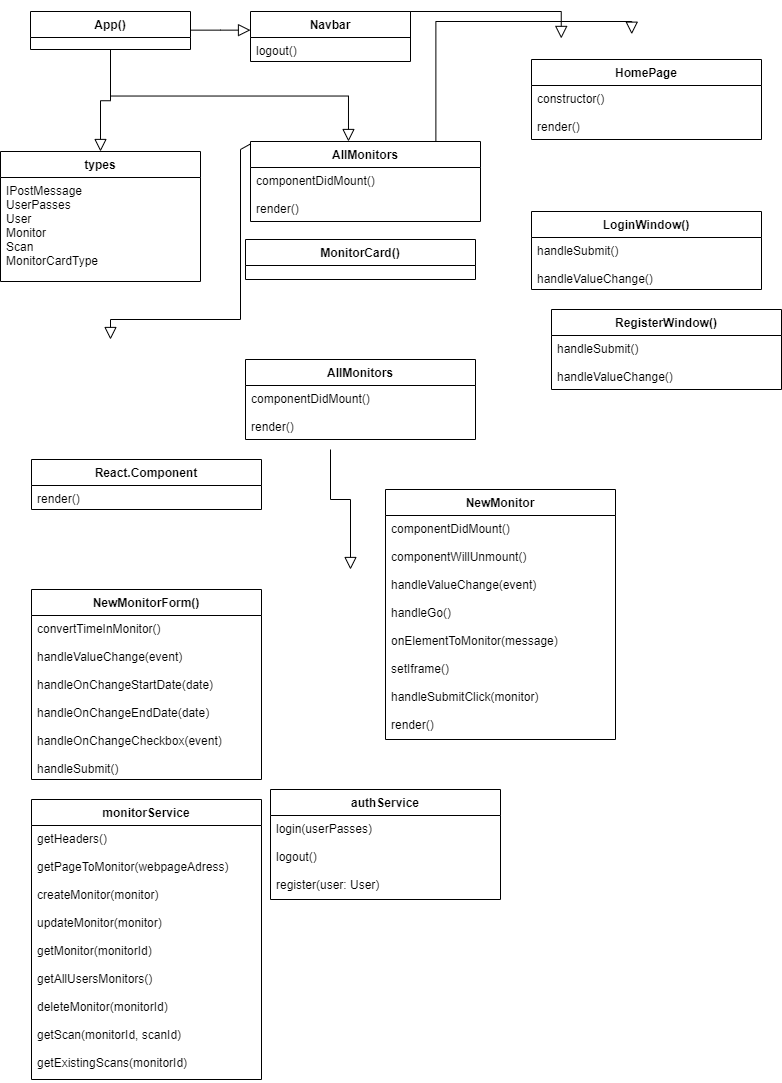
The draw.io diagram pdf/class-uml-front.png in JanKulbinski/WebsiteMonitor, before a commit. Source tidied: cells renumbered, new cells last; positions are measured from the earlier drawing's top-left corner, leaving out a move shared by most shapes.
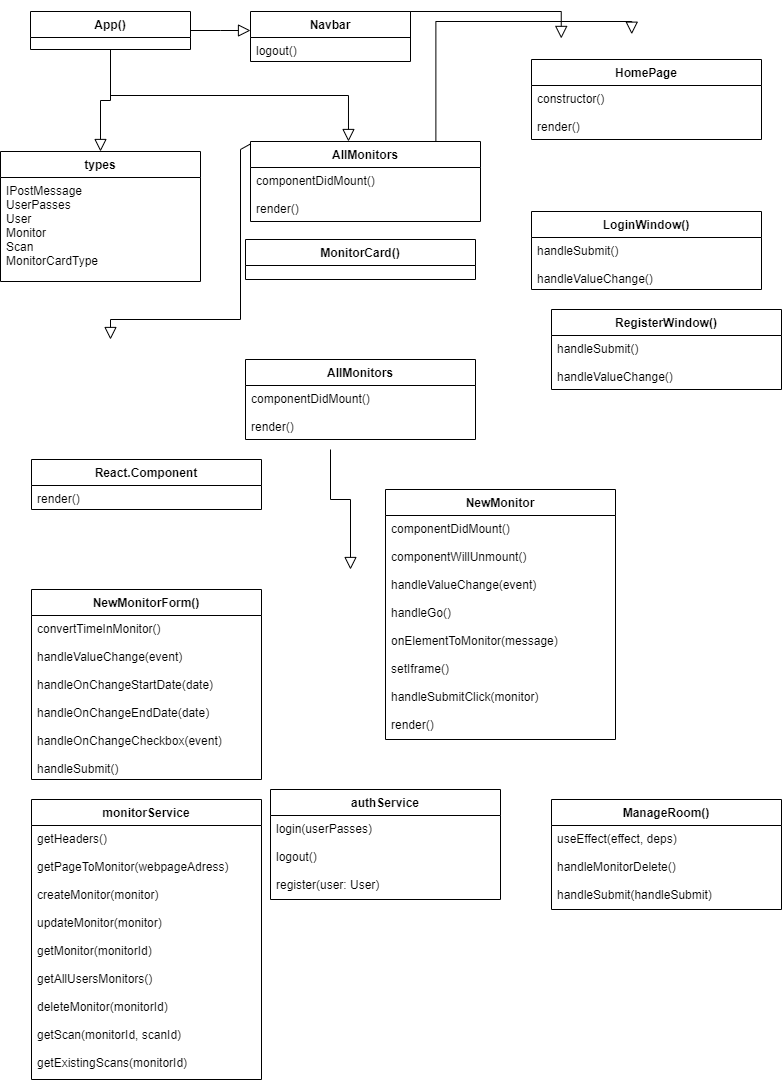
After the change.

Diff of the diagram source:
```diff
@@ -130,5 +130,11 @@
     <mxCell id="35" value="getHeaders()&#10;&#10;getPageToMonitor(webpageAdress)&#10;&#10;createMonitor(monitor)&#10;&#10;updateMonitor(monitor)&#10;&#10;getMonitor(monitorId)&#10;&#10;getAllUsersMonitors()&#10;&#10;deleteMonitor(monitorId)&#10;&#10;getScan(monitorId, scanId)&#10;&#10;getExistingScans(monitorId)" style="text;align=left;verticalAlign=top;spacingLeft=4;spacingRight=4;overflow=hidden;" parent="34" vertex="1">
       <mxGeometry y="26" width="230" height="254" as="geometry" />
     </mxCell>
+    <mxCell id="36" value="ManageRoom()" style="swimlane;fontStyle=1;align=center;verticalAlign=top;horizontal=1;startSize=26;rounded=0;shadow=0;strokeWidth=1;" parent="1" vertex="1">
+      <mxGeometry x="551" y="788" width="230" height="110" as="geometry" />
+    </mxCell>
+    <mxCell id="37" value="useEffect(effect, deps)&#10;&#10;handleMonitorDelete()&#10;&#10;handleSubmit(handleSubmit)" style="text;align=left;verticalAlign=top;spacingLeft=4;spacingRight=4;overflow=hidden;" parent="36" vertex="1">
+      <mxGeometry y="26" width="230" height="84" as="geometry" />
+    </mxCell>
   </root>
 </mxGraphModel>
```
